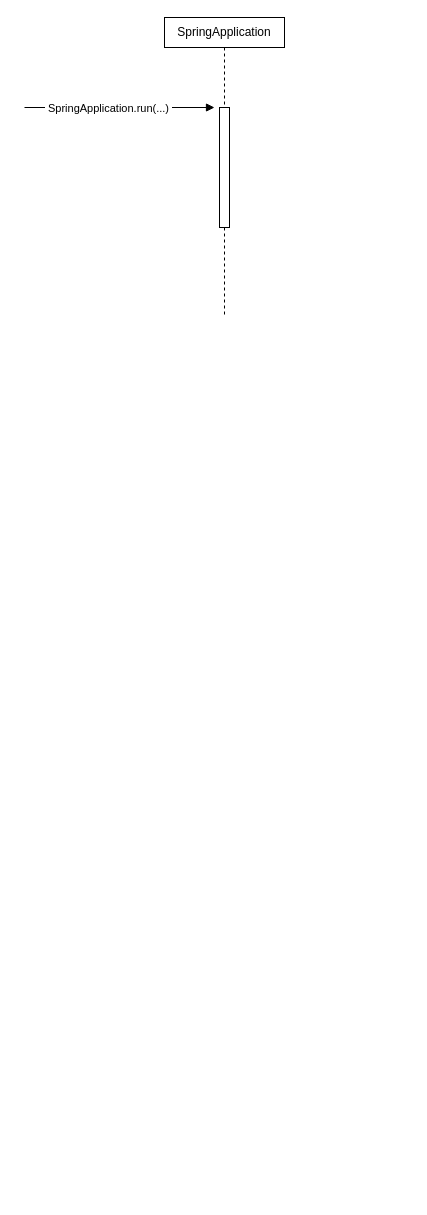
This is page "时序图" (3 of 4) of spring-boot.drawio from ljq199612/diagram, a draw.io file, before an edit. Source tidied: cells renumbered, new cells numbered last; positions are measured from the earlier drawing's top-left corner, leaving out a move shared by most shapes. Both pictures are drawn from the tidied source at 100%, with x=0, y=0 at pixel (24, 17).
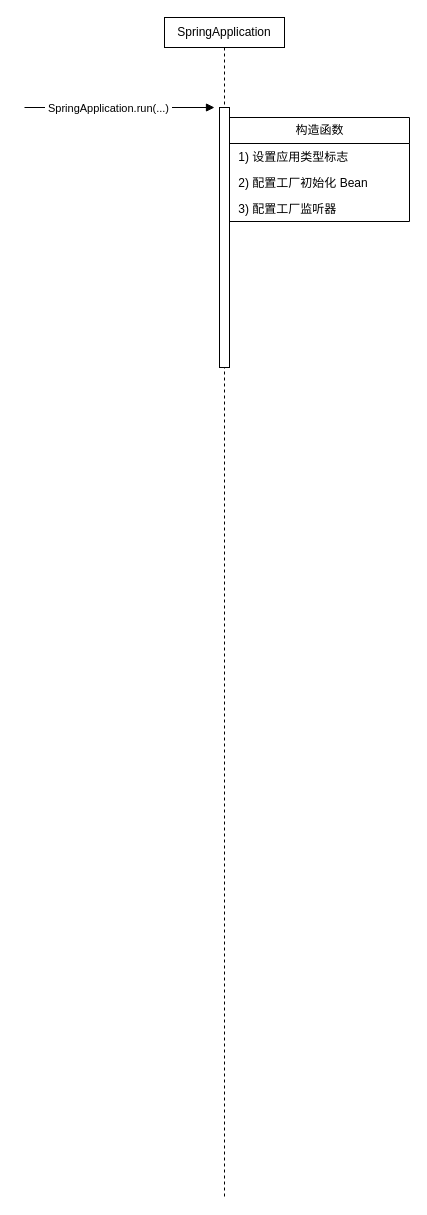
The same page after the edit.

The edit, as a diff of the source:
```diff
@@
 <mxGraphModel>
   <root>
     <mxCell id="0" />
     <mxCell id="1" parent="0" />
     <mxCell id="2" value="SpringApplication" style="shape=umlLifeline;perimeter=lifelinePerimeter;whiteSpace=wrap;html=1;newEdgeStyle={&quot;edgeStyle&quot;:&quot;elbowEdgeStyle&quot;,&quot;elbow&quot;:&quot;vertical&quot;,&quot;curved&quot;:0,&quot;rounded&quot;:0};size=30;" parent="1" vertex="1">
-      <mxGeometry x="140" width="120" height="300" as="geometry" />
+      <mxGeometry x="140" width="120" height="1180" as="geometry" />
     </mxCell>
     <mxCell id="3" style="html=1;perimeter=orthogonalPerimeter;targetShapes=umlLifeline;newEdgeStyle={&quot;edgeStyle&quot;:&quot;elbowEdgeStyle&quot;,&quot;elbow&quot;:&quot;vertical&quot;,&quot;curved&quot;:0,&quot;rounded&quot;:0};" parent="2" vertex="1">
-      <mxGeometry x="55" y="90" width="10" height="120" as="geometry" />
+      <mxGeometry x="55" y="90" width="10" height="260" as="geometry" />
     </mxCell>
     <mxCell id="4" style="html=1;verticalAlign=bottom;labelBackgroundColor=none;endArrow=block;endFill=1;rounded=0;" parent="1" edge="1">
       <mxGeometry relative="1" as="geometry">
         <mxPoint y="90" as="sourcePoint" />
         <mxPoint x="190" y="90" as="targetPoint" />
       </mxGeometry>
     </mxCell>
     <mxCell id="5" value="&amp;nbsp;SpringApplication.run(...)&amp;nbsp; " style="edgeLabel;html=1;align=center;verticalAlign=middle;" parent="4" vertex="1">
       <mxGeometry x="-0.13" relative="1" as="geometry" />
     </mxCell>
+    <mxCell id="6" value="构造函数" style="swimlane;fontStyle=0;horizontal=1;startSize=26;fillColor=none;html=1;" parent="1" vertex="1">
+      <mxGeometry x="205" y="100" width="180" height="104" as="geometry" />
+    </mxCell>
+    <mxCell id="7" value="&amp;nbsp;1) 设置应用类型标志 " style="text;strokeColor=none;fillColor=none;align=left;verticalAlign=top;spacingLeft=4;spacingRight=4;overflow=hidden;whiteSpace=wrap;html=1;" parent="6" vertex="1">
+      <mxGeometry y="26" width="180" height="26" as="geometry" />
+    </mxCell>
+    <mxCell id="8" value="&amp;nbsp;2) 配置工厂初始化 Bean" style="text;strokeColor=none;fillColor=none;align=left;verticalAlign=top;spacingLeft=4;spacingRight=4;overflow=hidden;whiteSpace=wrap;html=1;" parent="6" vertex="1">
+      <mxGeometry y="52" width="180" height="26" as="geometry" />
+    </mxCell>
+    <mxCell id="9" value="&amp;nbsp;3) 配置工厂监听器" style="text;strokeColor=none;fillColor=none;align=left;verticalAlign=top;spacingLeft=4;spacingRight=4;overflow=hidden;whiteSpace=wrap;html=1;" parent="6" vertex="1">
+      <mxGeometry y="78" width="180" height="26" as="geometry" />
+    </mxCell>
   </root>
 </mxGraphModel>
```
